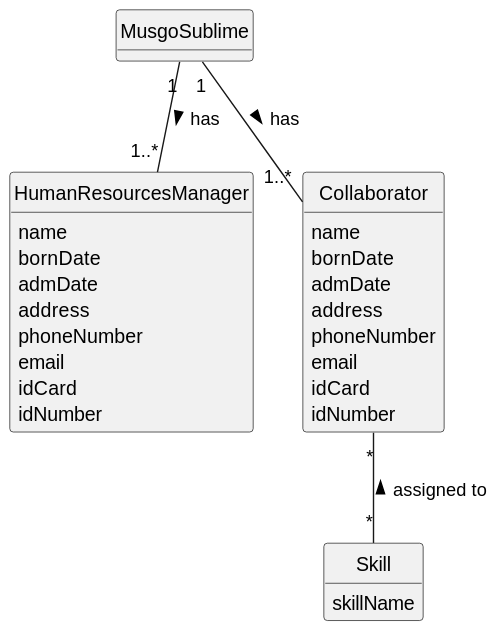
This is docs/sprint2/us004/02.analysis/svg/us004-domain-model.svg from 1231360-ISEP/lei-24-s2-1db-g021, a PlantUML export, as it was before one commit. The source it was exported from:
```plantuml
@startuml
skinparam monochrome true
skinparam packageStyle rectangle
skinparam shadowing false


skinparam classAttributeIconSize 0

hide circle
hide methods


class MusgoSublime {
}

class HumanResourcesManager {
    name
    bornDate
    admDate
    address
    phoneNumber
    email
    idCard
    idNumber
}

class Collaborator {
    name
    bornDate
    admDate
    address
    phoneNumber
    email
    idCard
    idNumber
}

class Skill {
    skillName
}
MusgoSublime "1" -- "1..*" Collaborator : has >
MusgoSublime "1" -- "1..*" HumanResourcesManager : has >
Collaborator "*" -- "*" Skill : assigned to <
@enduml
```
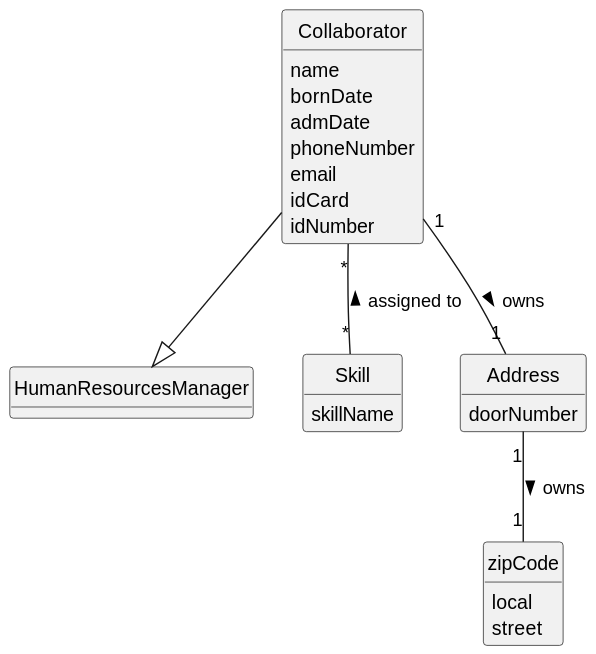
Above is the later version.

Diff of the diagram source:
```diff
@@ -2,33 +2,18 @@
 skinparam monochrome true
 skinparam packageStyle rectangle
 skinparam shadowing false
-
 
 skinparam classAttributeIconSize 0
 
 hide circle
 hide methods
 
-
-class MusgoSublime {
-}
-
-class HumanResourcesManager {
-    name
-    bornDate
-    admDate
-    address
-    phoneNumber
-    email
-    idCard
-    idNumber
-}
+class HumanResourcesManager {}
 
 class Collaborator {
     name
     bornDate
     admDate
-    address
     phoneNumber
     email
     idCard
@@ -38,7 +23,19 @@
 class Skill {
     skillName
 }
-MusgoSublime "1" -- "1..*" Collaborator : has >
-MusgoSublime "1" -- "1..*" HumanResourcesManager : has >
+
+class Address {
+    doorNumber
+}
+
+class zipCode {
+    local
+    street
+}
+
+
+Collaborator --|> HumanResourcesManager
 Collaborator "*" -- "*" Skill : assigned to <
+Collaborator "1" -- "1" Address: owns >
+Address "1" -- "1" zipCode : owns >
 @enduml
```
